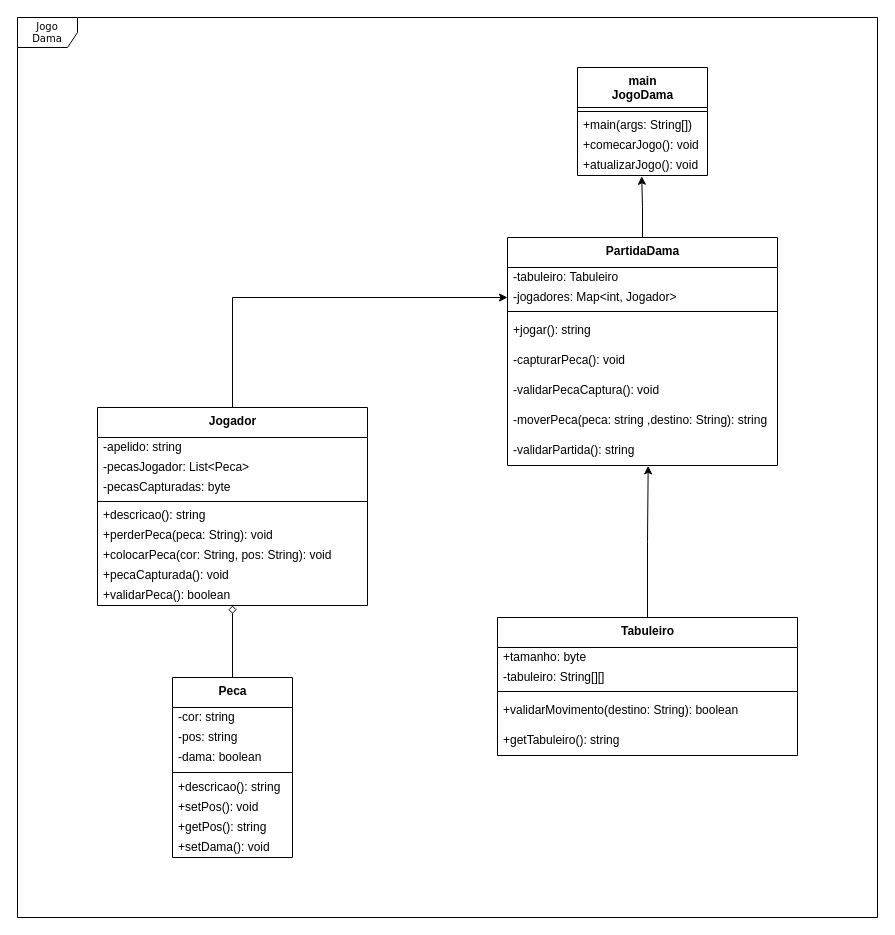
The draw.io diagram Jogo_Dama.drawio in leoaugusto02/JogoDama, before the edit. Source tidied: cells renumbered, new cells numbered last; positions are measured from the earlier drawing's top-left corner, leaving out a move shared by most shapes. Both pictures are drawn from the tidied source at 100%, with x=0, y=0 at pixel (17, 17).
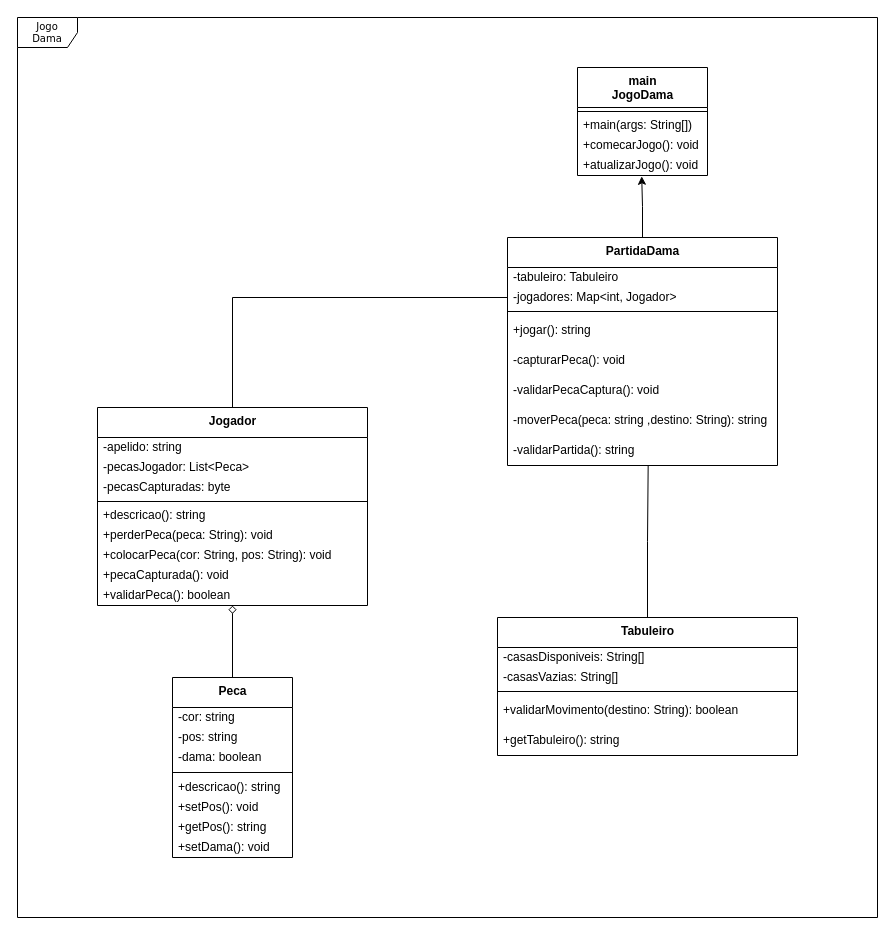
The same page after the edit.

The change refers to these unchanged cells:
```xml
<mxCell id="19" value="&lt;b&gt;Jogador&lt;/b&gt;" style="swimlane;fontStyle=0;align=center;verticalAlign=top;horizontal=1;startSize=30;html=1;" parent="1" vertex="1">
  <mxGeometry x="80" y="390" width="270" height="198" as="geometry" />
</mxCell>
<mxCell id="40" value="&lt;b&gt;Tabuleiro&lt;br&gt;&lt;/b&gt;" style="swimlane;fontStyle=0;align=center;verticalAlign=top;horizontal=1;startSize=30;html=1;" parent="1" vertex="1">
  <mxGeometry x="480" y="600" width="300" height="138" as="geometry" />
</mxCell>
<mxCell id="54" value="-jogadores: Map&amp;lt;int, Jogador&amp;gt;" style="text;html=1;strokeColor=none;fillColor=none;align=left;verticalAlign=middle;spacingLeft=4;spacingRight=4;overflow=hidden;points=[[0,0.5],[1,0.5]];portConstraint=eastwest;" parent="52" vertex="1">
  <mxGeometry y="50" width="270" height="20" as="geometry" />
</mxCell>
<mxCell id="61" value="-validarPartida(): string" style="text;html=1;strokeColor=none;fillColor=none;align=left;verticalAlign=middle;spacingLeft=4;spacingRight=4;overflow=hidden;points=[[0,0.5],[1,0.5]];portConstraint=eastwest;" parent="52" vertex="1">
  <mxGeometry y="198" width="270" height="30" as="geometry" />
</mxCell>
```

Change to the diagram source:
```diff
@@
-    <mxCell id="18" style="edgeStyle=orthogonalEdgeStyle;rounded=0;jettySize=auto;html=1;entryX=0;entryY=0.5;entryDx=0;entryDy=0;" parent="1" edge="1" source="19" target="54">
+    <mxCell id="18" style="edgeStyle=orthogonalEdgeStyle;rounded=0;jettySize=auto;html=1;entryX=0;entryY=0.5;entryDx=0;entryDy=0;endArrow=none;endFill=0;" parent="1" edge="1" source="19" target="54">
       <mxGeometry relative="1" as="geometry" />
     </mxCell>
@@
-    <mxCell id="39" style="edgeStyle=orthogonalEdgeStyle;rounded=0;jettySize=auto;html=1;entryX=0.521;entryY=1.013;entryDx=0;entryDy=0;entryPerimeter=0;" parent="1" edge="1" source="40" target="61">
+    <mxCell id="39" style="edgeStyle=orthogonalEdgeStyle;rounded=0;jettySize=auto;html=1;entryX=0.521;entryY=1.013;entryDx=0;entryDy=0;entryPerimeter=0;endArrow=none;endFill=0;" parent="1" edge="1" source="40" target="61">
       <mxGeometry relative="1" as="geometry" />
     </mxCell>
@@
-    <mxCell id="41" value="+tamanho: byte" style="text;html=1;strokeColor=none;fillColor=none;align=left;verticalAlign=middle;spacingLeft=4;spacingRight=4;overflow=hidden;" parent="40" vertex="1">
-      <mxGeometry y="30" width="300" height="20" as="geometry" />
-    </mxCell>
-    <mxCell id="42" value="-tabuleiro: String[][]" style="text;html=1;strokeColor=none;fillColor=none;align=left;verticalAlign=middle;spacingLeft=4;spacingRight=4;overflow=hidden;" parent="40" vertex="1">
-      <mxGeometry y="50" width="300" height="20" as="geometry" />
+    <mxCell id="42" value="-casasDisponiveis: String[]&amp;nbsp;" style="text;html=1;strokeColor=none;fillColor=none;align=left;verticalAlign=middle;spacingLeft=4;spacingRight=4;overflow=hidden;" parent="40" vertex="1">
+      <mxGeometry y="30" width="300" height="20" as="geometry" />
     </mxCell>
+    <mxCell id="62" value="-casasVazias: String[]&amp;nbsp;" style="text;html=1;strokeColor=none;fillColor=none;align=left;verticalAlign=middle;spacingLeft=4;spacingRight=4;overflow=hidden;" parent="40" vertex="1">
+      <mxGeometry y="50" width="300" height="20" as="geometry" />
+    </mxCell>
```
